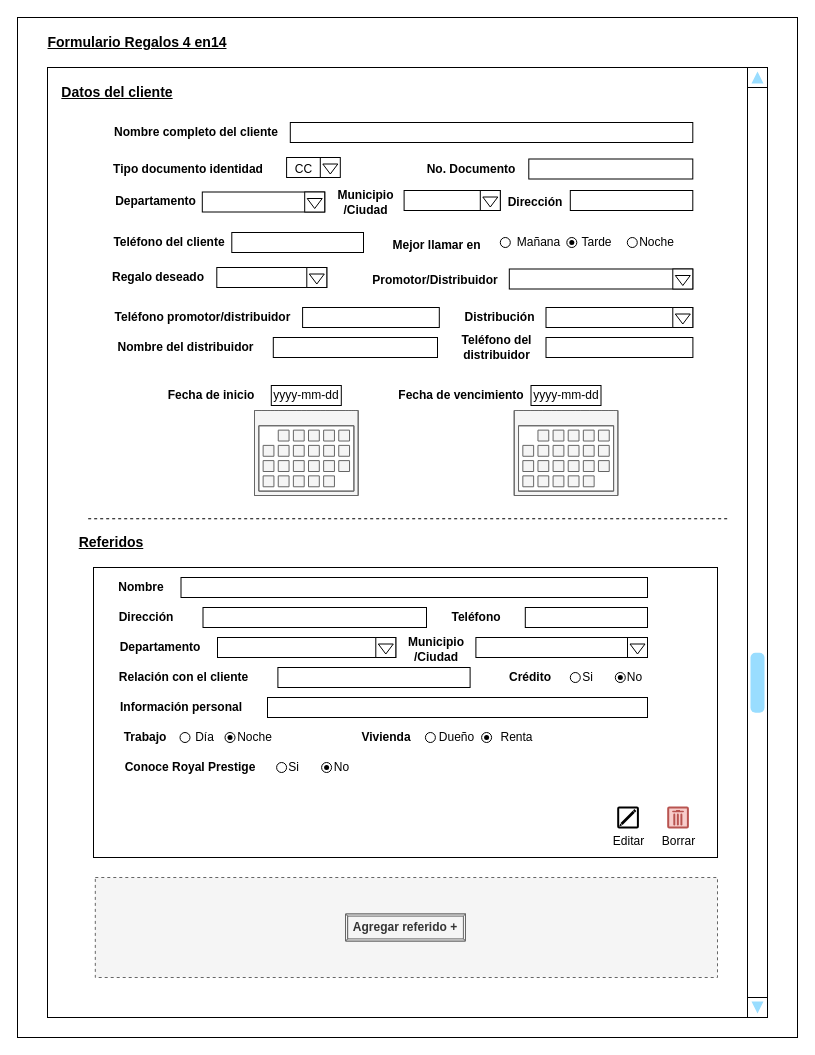
MoisesAGuerreroJ/CRM-App keeps this draw.io diagram as page "Mockup" (1 of 2) of imgs/diagrams.png.drawio. Above is the earlier version. Source tidied: cells renumbered, new cells numbered last; positions are measured from the earlier drawing's top-left corner, leaving out a move shared by most shapes. Both pictures are drawn from the tidied source at 100%, with x=0, y=0 at pixel (17, 17).
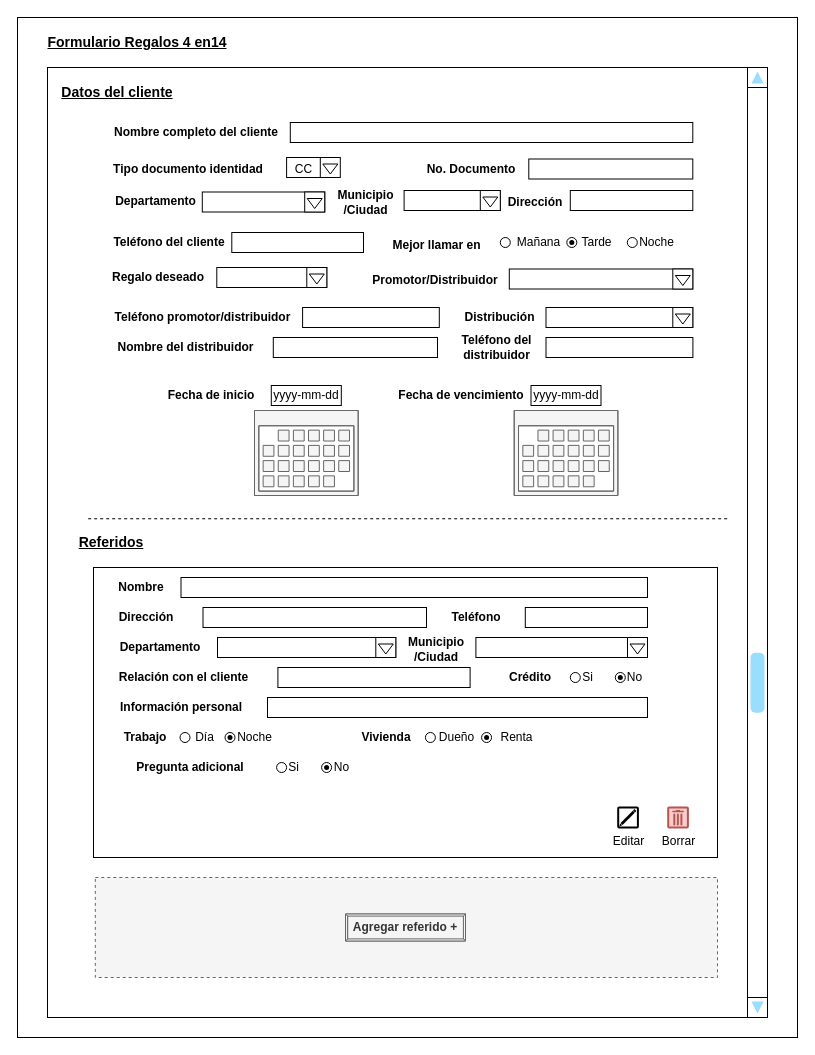
The same page after the edit.

What changed in the source:
```diff
@@
-    <mxCell id="66" value="Conoce Royal Prestige" style="text;html=1;strokeColor=none;fillColor=none;align=center;verticalAlign=middle;whiteSpace=wrap;rounded=0;fontStyle=1;" parent="1" vertex="1">
+    <mxCell id="66" value="Pregunta adicional" style="text;html=1;strokeColor=none;fillColor=none;align=center;verticalAlign=middle;whiteSpace=wrap;rounded=0;fontStyle=1;" parent="1" vertex="1">
       <mxGeometry x="98.5" y="740" width="147.5" height="20" as="geometry" />
     </mxCell>
```
